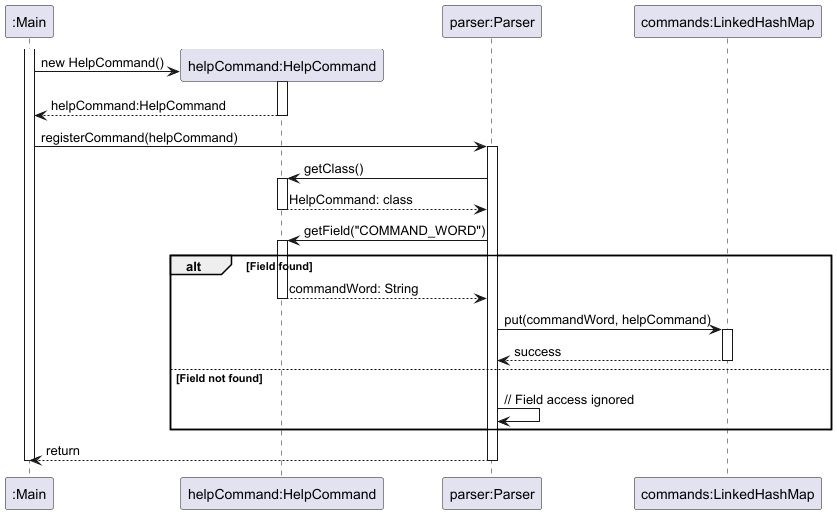
The PlantUML diagram docs/diagrams/parser/register-command-sequence.png in nus-cs2113-AY2425S1/tp, before a commit.
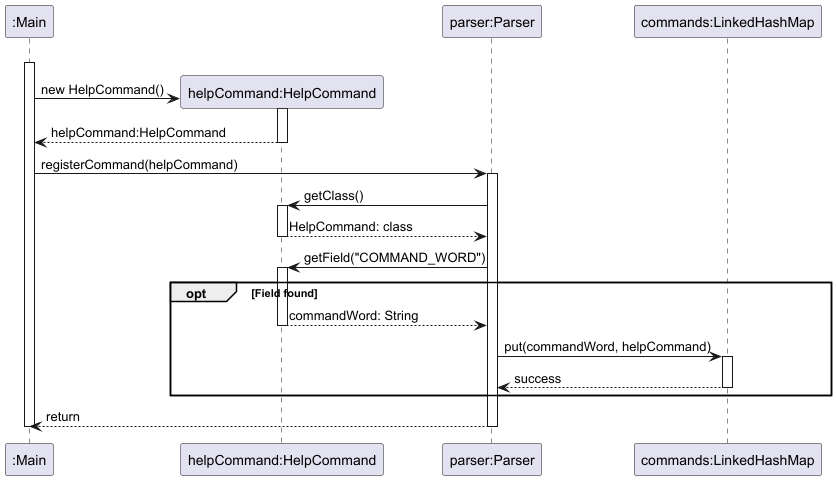
The same diagram one commit later.

Commit message:
Add new diagram for Parser

The edit, as a diff of the source:
```diff
@@ -1,5 +1,7 @@
 @startuml
 participant ":Main" as Main
+"Main" -[hidden]> "Main" :
+
 activate Main
 create "helpCommand:HelpCommand" as HelpCommand
 Main -> HelpCommand: new HelpCommand()
@@ -21,7 +23,7 @@
 
 Parser -> HelpCommand: getField("COMMAND_WORD")
 activate HelpCommand
-alt Field found
+opt Field found
     HelpCommand --> Parser: commandWord: String
     deactivate HelpCommand
     Parser -> CommandMap: put(commandWord, helpCommand)
@@ -30,8 +32,6 @@
     CommandMap --> Parser: success
 
     deactivate CommandMap
-else Field not found
-    Parser -> Parser: // Field access ignored
 end
 
 Parser --> Main: return
```
